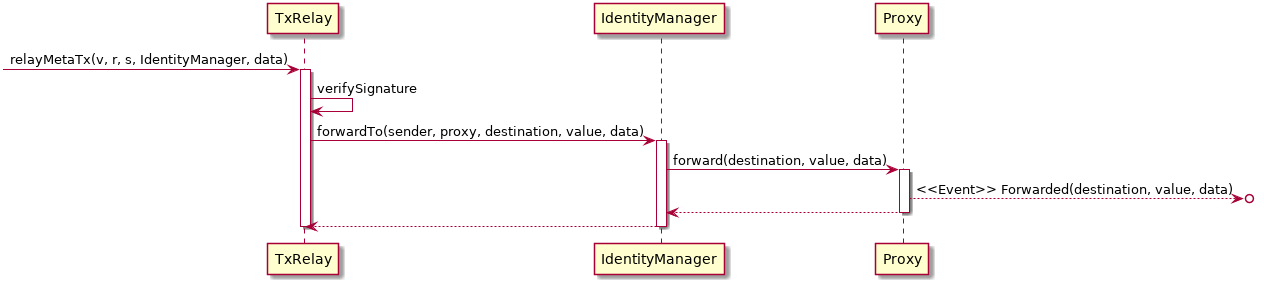
Earlier version of the PlantUML export diagrams/send-tx.seq.png (uport-project/uport-identity).
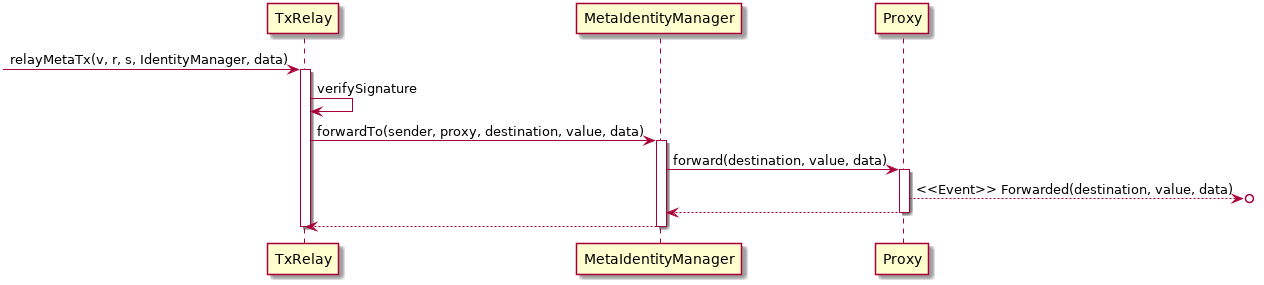
After the change.

Commit message:
Also describe the MetaIdentityManager

What changed in the source:
```diff
@@ -1,6 +1,6 @@
 @startuml
 participant TxRelay as tr
-participant IdentityManager as im
+participant MetaIdentityManager as im
 participant Proxy as p
 
 ->tr:relayMetaTx(v, r, s, IdentityManager, data)
```
